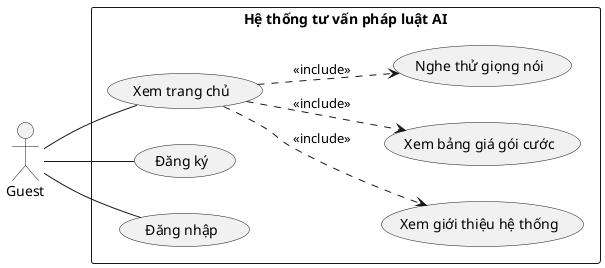
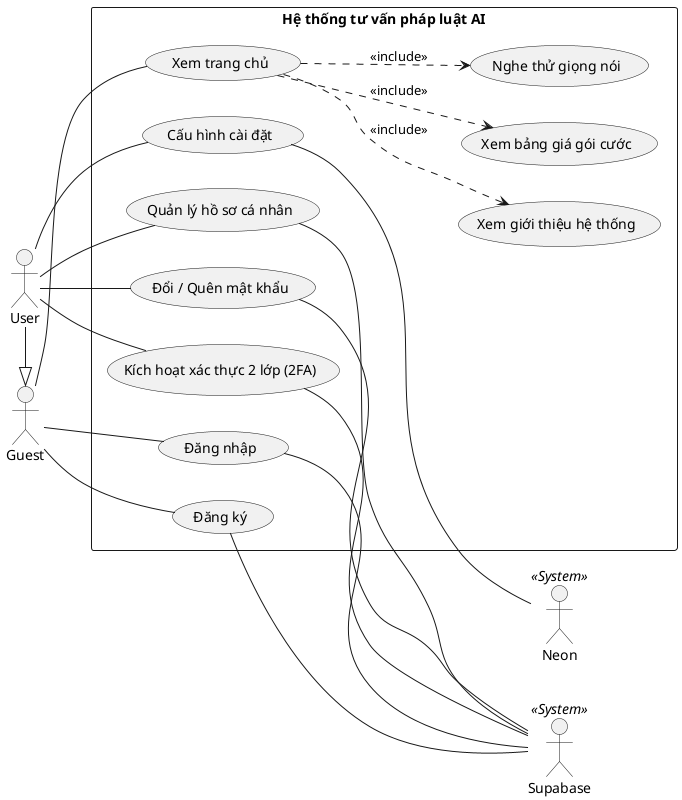



@startuml
left to right direction
skinparam packageStyle rectangle
skinparam shadowing false

+ actor "User" as User
actor "Guest" as Guest
+ 
+ actor "Supabase"   as Supabase   << System >>
+ actor "Neon"       as Neon       << System >>
+ 
+ 
+ User  -|> Guest
+ 
+ 

rectangle "Hệ thống tư vấn pháp luật AI" {
  usecase "Xem trang chủ" as UC_Home
  usecase "Xem giới thiệu hệ thống" as UC_Intro
  usecase "Xem bảng giá gói cước" as UC_Pricing
  usecase "Nghe thử giọng nói" as UC_SampleVoice
  usecase "Đăng ký" as UC_Register
  usecase "Đăng nhập" as UC_Login

+   usecase "Kích hoạt xác thực 2 lớp (2FA)" as UC_MFA
+   usecase "Quản lý hồ sơ cá nhân" as UC_Profile
+   usecase "Đổi / Quên mật khẩu" as UC_Password
+   usecase "Cấu hình cài đặt" as UC_Settings
+ 
  UC_Home ..> UC_Intro : <<include>>
  UC_Home ..> UC_Pricing : <<include>>
  UC_Home ..> UC_SampleVoice : <<include>>
}

Guest -- UC_Home
Guest -- UC_Register
Guest -- UC_Login
+ 
+ User -- UC_MFA
+ User -- UC_Profile
+ User -- UC_Password
+ User -- UC_Settings
+ 
+ UC_Register -- Supabase
+ UC_Login -- Supabase
+ UC_MFA -- Supabase
+ UC_Profile -- Supabase
+ UC_Password -- Supabase
+ UC_Settings -- Neon
@enduml
